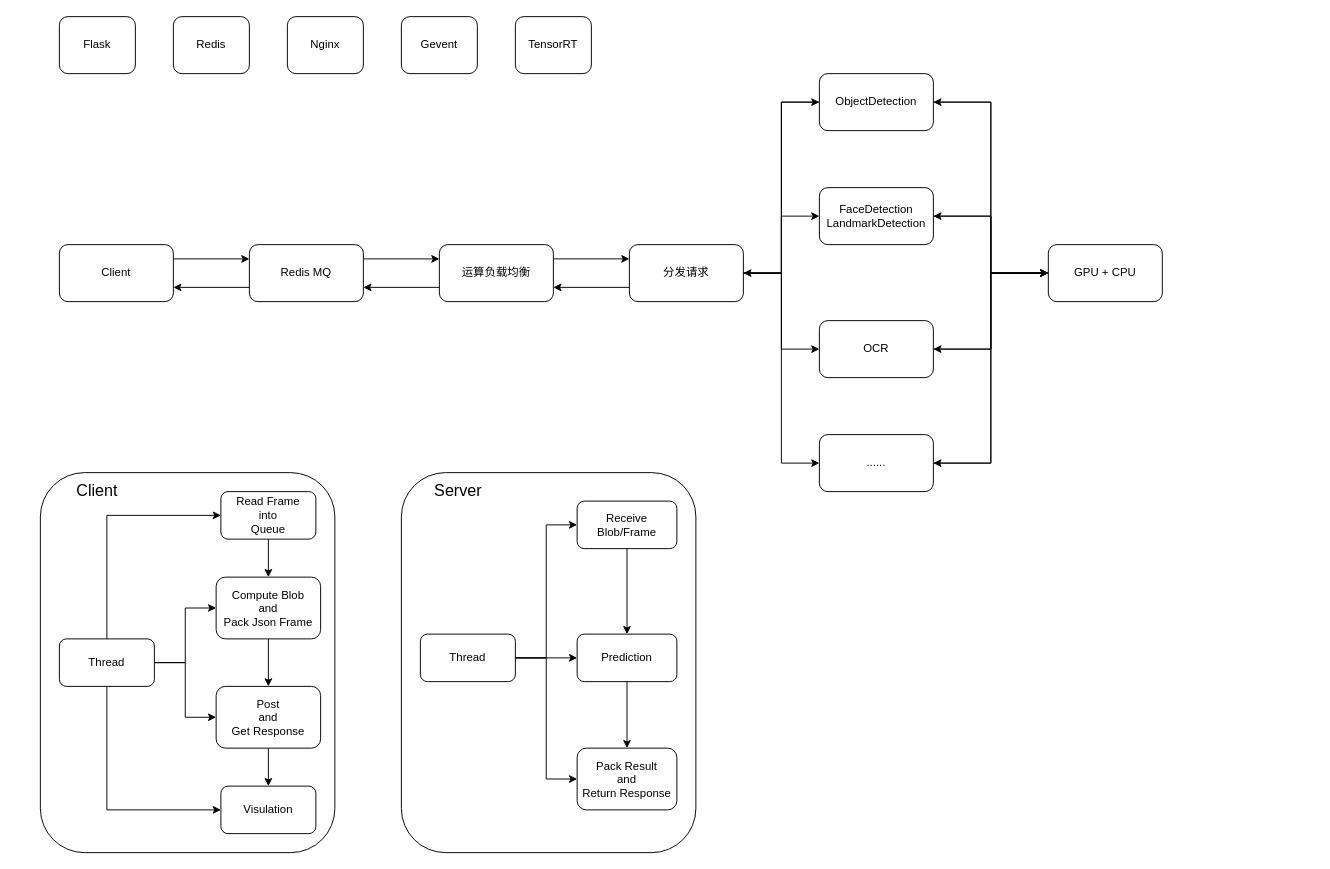
Earlier version of the draw.io diagram System Design.drawio (houance/CV-API-PlatForm). Source tidied: cells renumbered, new cells numbered last; positions are measured from the earlier drawing's top-left corner, leaving out a move shared by most shapes. Both pictures are drawn from the tidied source at 95%, with x=0, y=0 at pixel (40, 16).
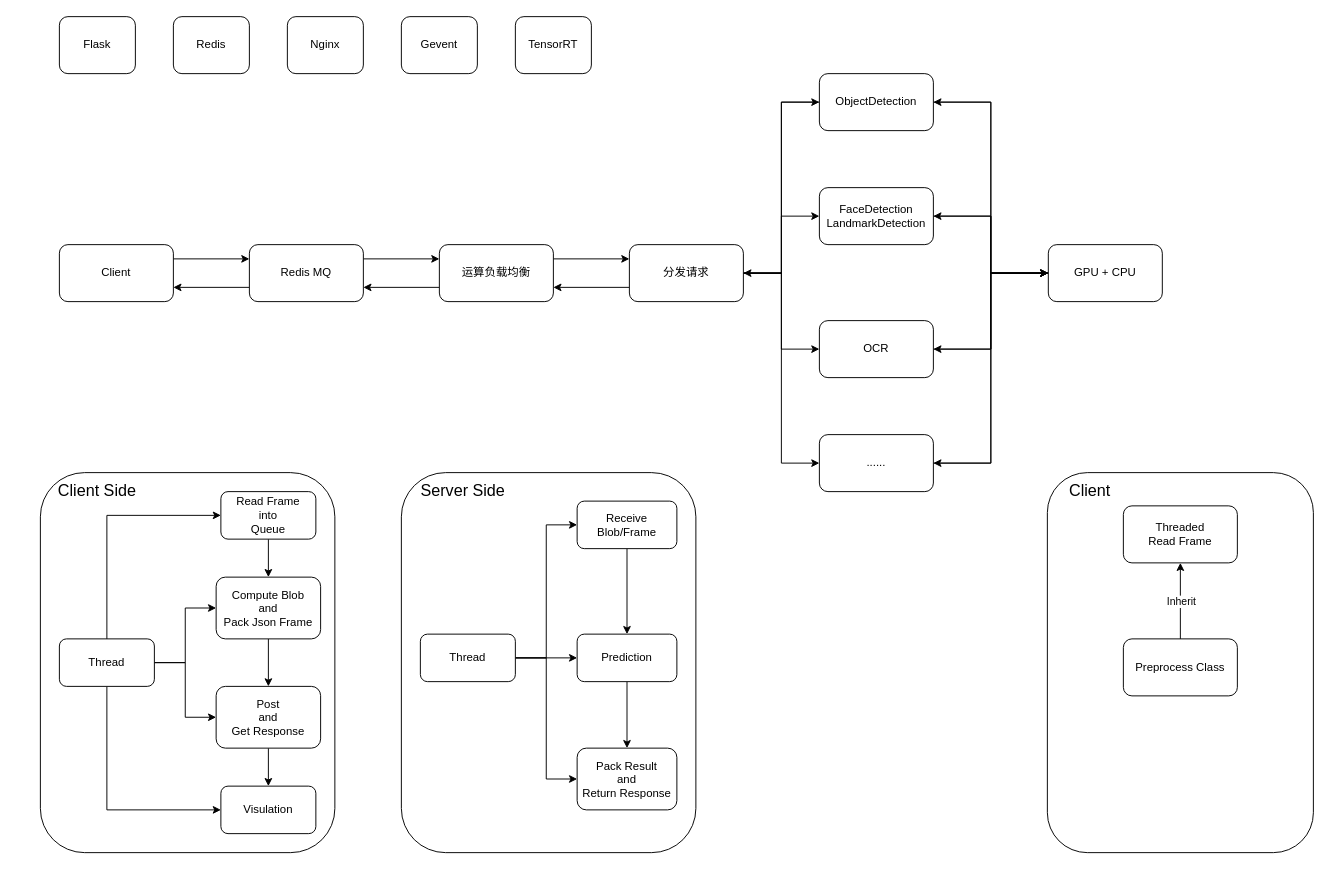
The same page after the edit.

Diff of the diagram source:
```diff
@@
-    <mxCell id="36" value="&lt;font style=&quot;font-size: 17px&quot;&gt;Client&lt;/font&gt;" style="text;html=1;strokeColor=none;fillColor=none;align=center;verticalAlign=middle;whiteSpace=wrap;rounded=0;" parent="1" vertex="1">
-      <mxGeometry x="30" y="480" width="60" height="40" as="geometry" />
+    <mxCell id="36" value="&lt;font style=&quot;font-size: 17px&quot;&gt;Client Side&lt;br&gt;&lt;/font&gt;" style="text;html=1;strokeColor=none;fillColor=none;align=center;verticalAlign=middle;whiteSpace=wrap;rounded=0;" parent="1" vertex="1">
+      <mxGeometry x="-25" y="480" width="170" height="40" as="geometry" />
     </mxCell>
@@
-    <mxCell id="50" value="&lt;font style=&quot;font-size: 17px&quot;&gt;Server&lt;/font&gt;" style="text;html=1;strokeColor=none;fillColor=none;align=center;verticalAlign=middle;whiteSpace=wrap;rounded=0;" parent="1" vertex="1">
-      <mxGeometry x="410" y="480" width="60" height="40" as="geometry" />
+    <mxCell id="50" value="&lt;font style=&quot;font-size: 17px&quot;&gt;Server Side&lt;br&gt;&lt;/font&gt;" style="text;html=1;strokeColor=none;fillColor=none;align=center;verticalAlign=middle;whiteSpace=wrap;rounded=0;" parent="1" vertex="1">
+      <mxGeometry x="390" y="480" width="110" height="40" as="geometry" />
     </mxCell>
@@
+    <mxCell id="60" style="rounded=1;whiteSpace=wrap;html=1;" parent="1" vertex="1">
+      <mxGeometry x="1060" y="480" width="280" height="400" as="geometry" />
+    </mxCell>
+    <mxCell id="61" value="&lt;font style=&quot;font-size: 17px&quot;&gt;Client&lt;/font&gt;" style="text;html=1;strokeColor=none;fillColor=none;align=center;verticalAlign=middle;whiteSpace=wrap;rounded=0;" parent="1" vertex="1">
+      <mxGeometry x="1060" y="480" width="90" height="40" as="geometry" />
+    </mxCell>
+    <mxCell id="62" value="Threaded &lt;br&gt;Read Frame" style="rounded=1;whiteSpace=wrap;html=1;" parent="1" vertex="1">
+      <mxGeometry x="1140" y="515" width="120" height="60" as="geometry" />
+    </mxCell>
+    <mxCell id="63" value="Preprocess Class" style="whiteSpace=wrap;html=1;rounded=1;" parent="1" vertex="1">
+      <mxGeometry x="1140" y="655" width="120" height="60" as="geometry" />
+    </mxCell>
+    <mxCell id="64" style="endArrow=classic;html=1;entryX=0.5;entryY=1;entryDx=0;entryDy=0;" parent="1" edge="1" source="63" target="62">
+      <mxGeometry relative="1" as="geometry" />
+    </mxCell>
+    <mxCell id="65" value="Inherit" style="edgeLabel;html=1;align=center;verticalAlign=middle;" parent="64" vertex="1">
+      <mxGeometry relative="1" as="geometry" />
+    </mxCell>
```
